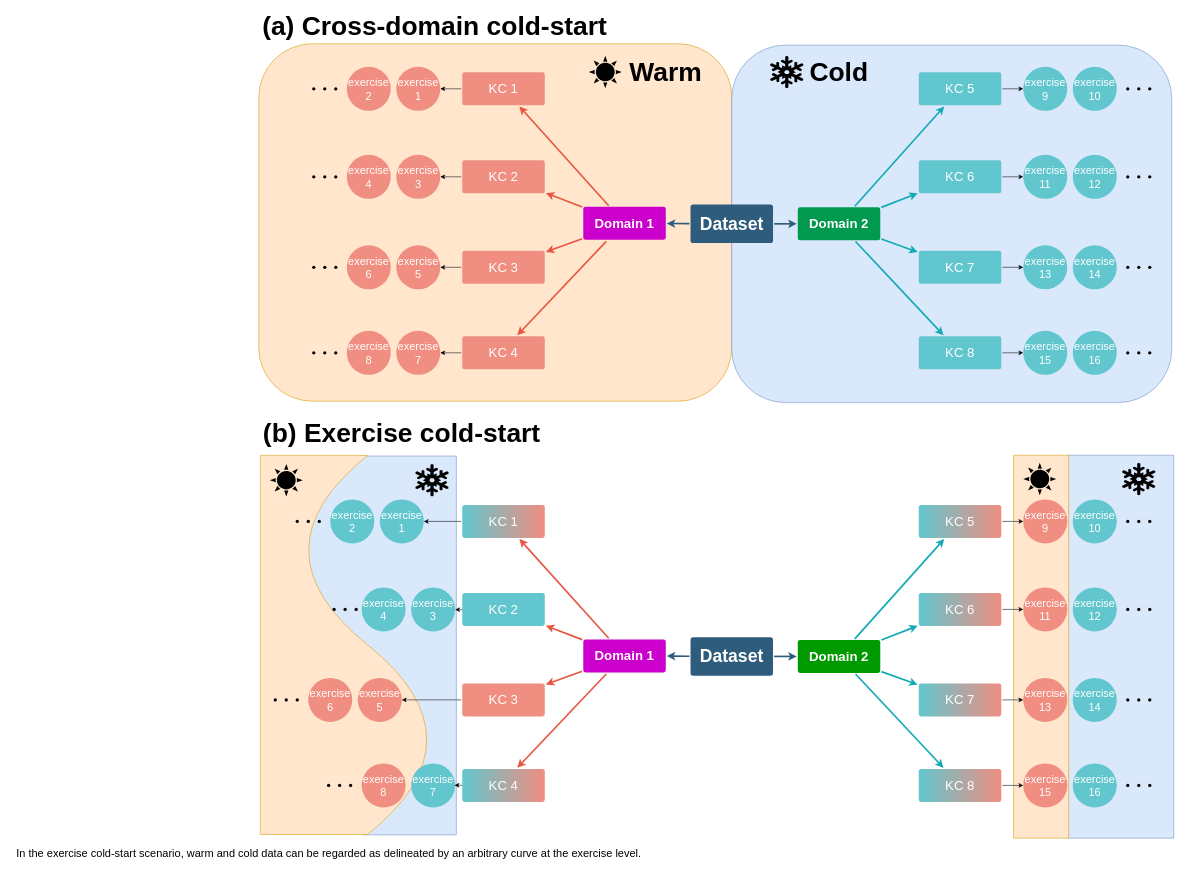
This is 未命名绘图.drawio from BlackieFC/MyKT, a draw.io file, before an edit. Source tidied: cells renumbered, new cells numbered last; positions are measured from the earlier drawing's top-left corner, leaving out a move shared by most shapes. Both pictures are drawn from the tidied source at 55%, with x=0, y=0 at pixel (9, 17).
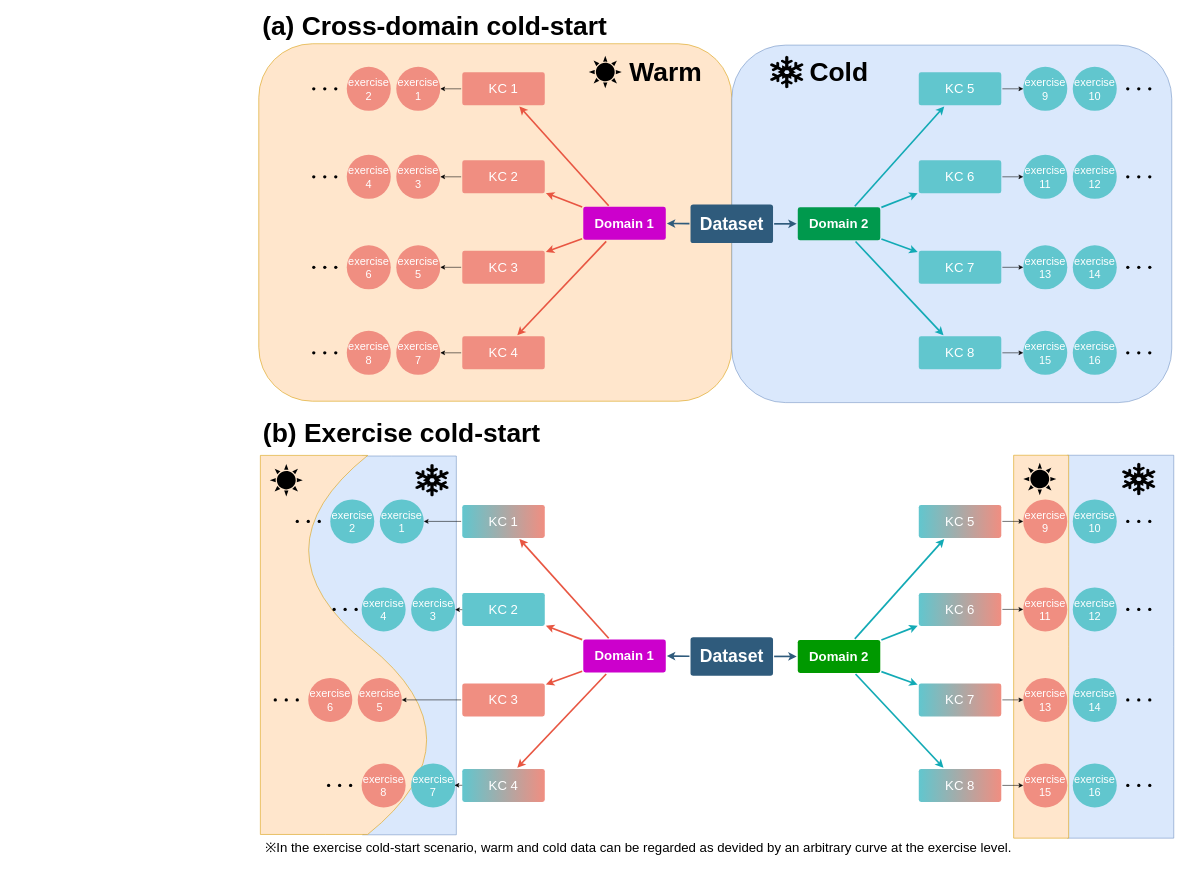
Above is the later version.

Commit message (it also covers changes not shown here):
更新未命名绘图.drawio

What changed in the source:
```diff
@@
-    <mxCell id="141" value="&lt;font style=&quot;font-size: 20px;&quot;&gt;In the exercise&amp;nbsp;cold-start scenario, warm and cold data can be regarded as delineated by an arbitrary curve at the exercise level.&lt;/font&gt;" style="text;html=1;align=center;verticalAlign=middle;strokeColor=none;fillColor=none;" parent="1" vertex="1">
-      <mxGeometry y="1500" width="1160" height="40" as="geometry" />
+    <mxCell id="141" value="&lt;font style=&quot;font-size: 24px;&quot;&gt;※In the exercise&amp;nbsp;cold-start scenario, warm and cold data can be regarded as devided by an arbitrary curve at the exercise level.&lt;/font&gt;" style="text;html=1;align=center;verticalAlign=middle;strokeColor=none;fillColor=none;" parent="1" vertex="1">
+      <mxGeometry x="453" y="1490" width="1380" height="40" as="geometry" />
     </mxCell>
```
